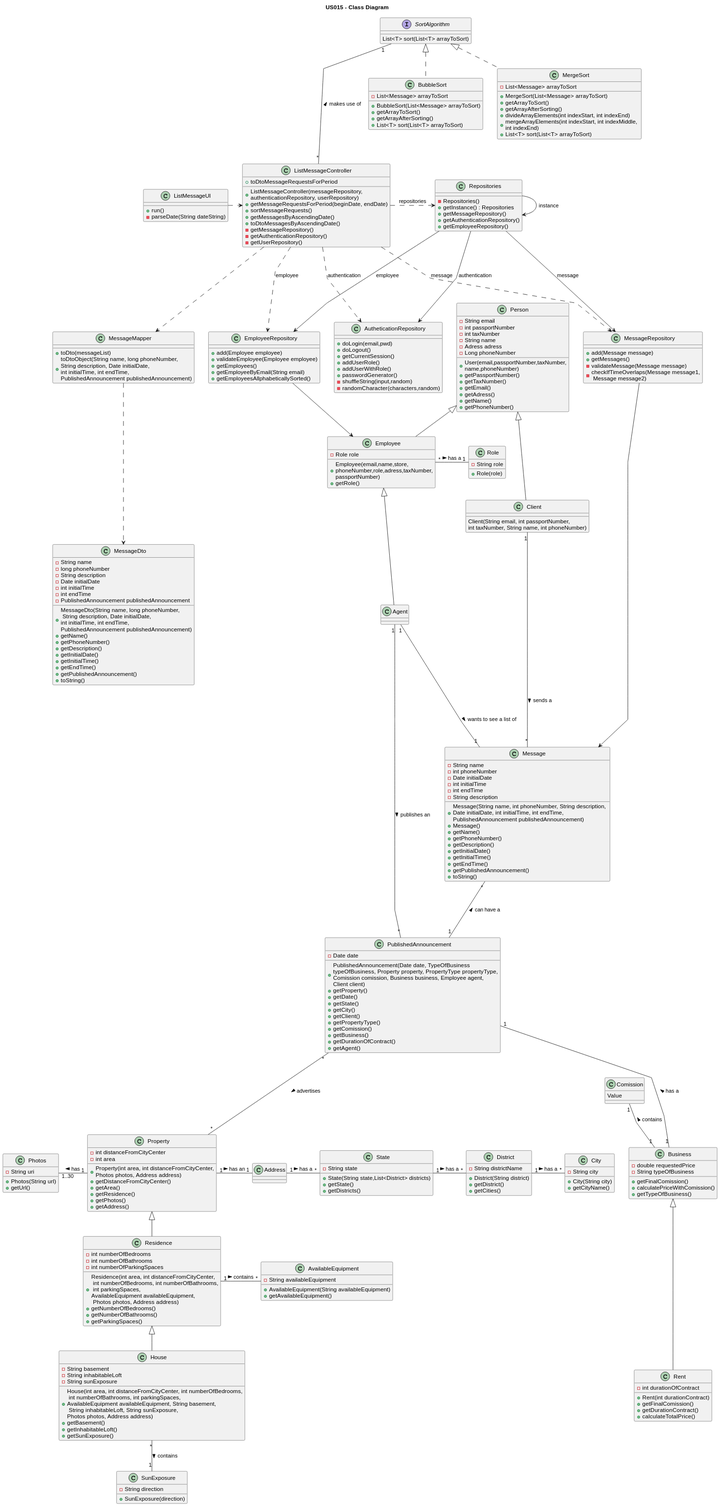
The PlantUML diagram docs/sprintD/US015/03.design/svg/us015-class-diagram.svg in PureNimble/ISEP-LAPR2, before a commit.
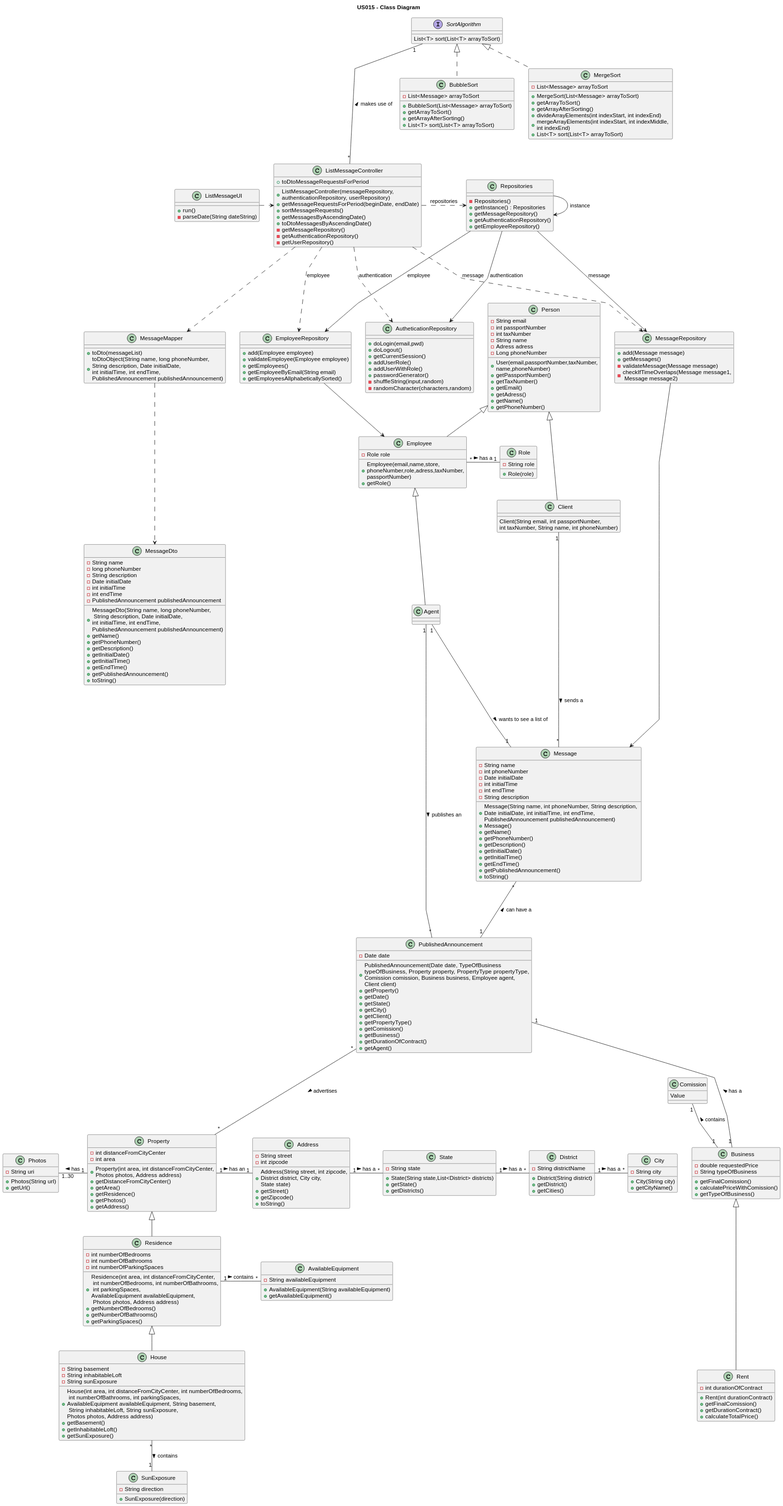
Later version of the same file.

Commit message:
US09- class diagram and domain  module correction + added the new svg

The edit, as a diff of the source:
```diff
@@ -17,6 +17,16 @@
     - getAuthenticationRepository()
     - getUserRepository()
 
+}
+
+class Address {
+-String street
+-int zipcode
+
++Address(String street, int zipcode,\nDistrict district, City city, \nState state)
++getStreet()
++getZipcode()
++toString()
 }
 
 class ListMessageUI {
```
